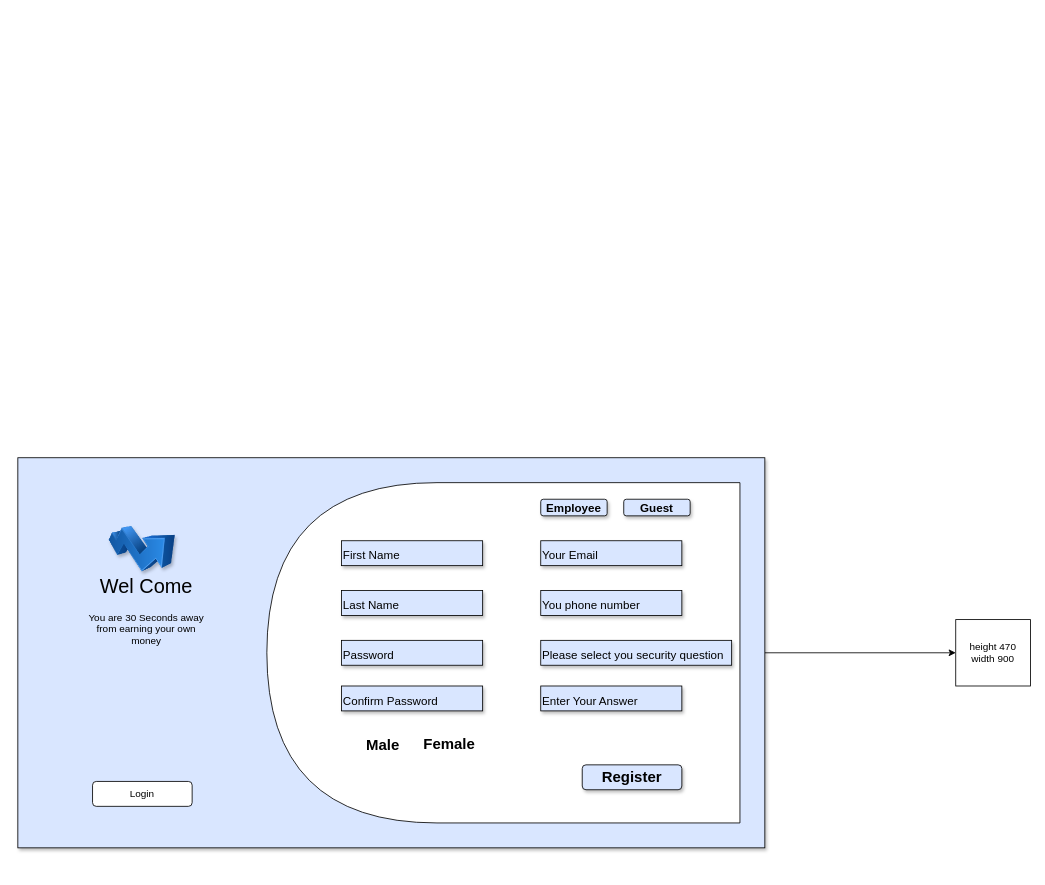
Above: assignment0808.drawio in amitgupta9977/assignment08082022 (draw.io), before the change. Source tidied: cells renumbered, new cells numbered last; positions are measured from the earlier drawing's top-left corner, leaving out a move shared by most shapes. Both pictures are drawn from the tidied source at 83%, with x=0, y=0 at pixel (17, 457).
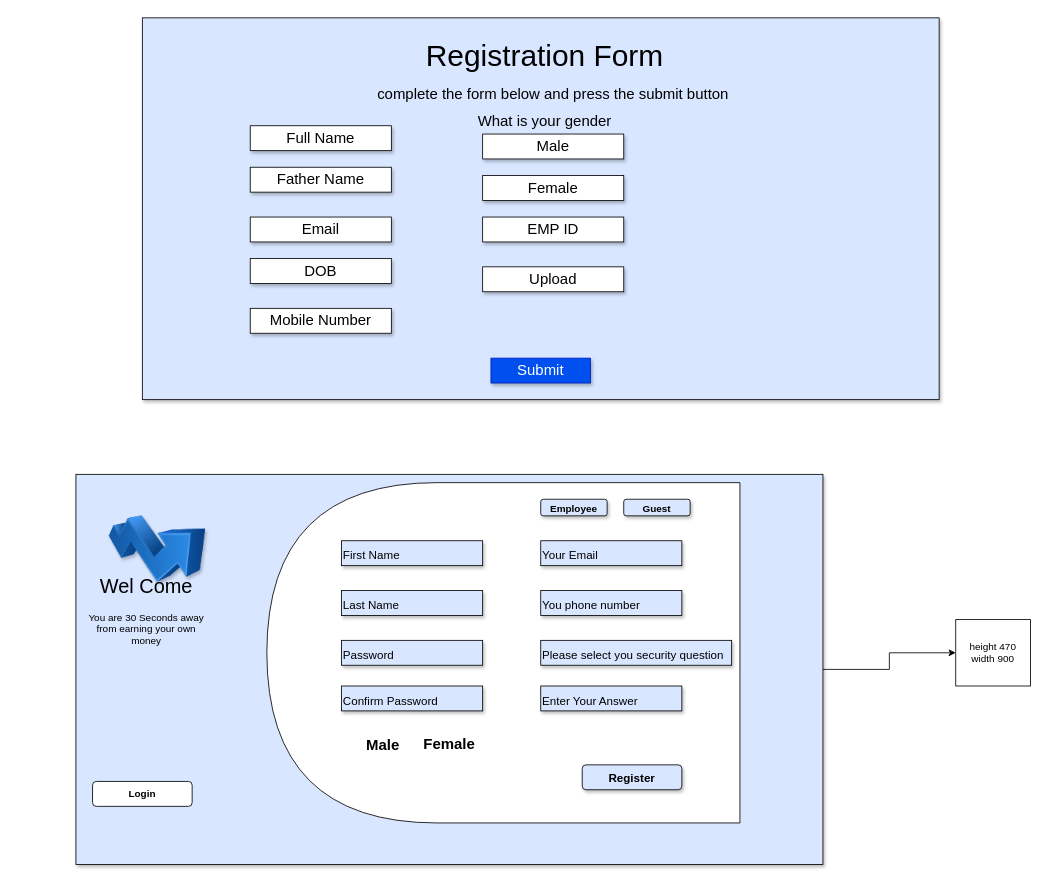
The same page after the edit.

Change to the diagram source:
```diff
@@
     <mxCell id="3" style="rounded=0;whiteSpace=wrap;html=1;fillColor=#D9E6FF;shadow=1;" parent="1" vertex="1">
-      <mxGeometry width="900" height="470" as="geometry" />
+      <mxGeometry x="70" y="20" width="900" height="470" as="geometry" />
     </mxCell>
@@
-    <mxCell id="5" value="Login" style="rounded=1;whiteSpace=wrap;html=1;" parent="1" vertex="1">
+    <mxCell id="5" value="&lt;b&gt;Login&lt;/b&gt;" style="rounded=1;whiteSpace=wrap;html=1;" parent="1" vertex="1">
       <mxGeometry x="90" y="390" width="120" height="30" as="geometry" />
     </mxCell>
@@
-    <mxCell id="18" value="&lt;b&gt;Register&lt;/b&gt;" style="rounded=1;whiteSpace=wrap;html=1;shadow=1;fontSize=18;fillColor=#D9E6FF;" parent="1" vertex="1">
+    <mxCell id="18" value="&lt;b&gt;&lt;font style=&quot;font-size: 14px;&quot;&gt;Register&lt;/font&gt;&lt;/b&gt;" style="rounded=1;whiteSpace=wrap;html=1;shadow=1;fontSize=18;fillColor=#D9E6FF;" parent="1" vertex="1">
       <mxGeometry x="680" y="370" width="120" height="30" as="geometry" />
     </mxCell>
     <mxCell id="19" style="image;html=1;image=img/lib/clip_art/finance/Stock_Up_128x128.png;shadow=1;fontSize=18;fillColor=#D9E6FF;" parent="1" vertex="1">
-      <mxGeometry x="110" y="70" width="80" height="80" as="geometry" />
+      <mxGeometry x="110" y="70" width="117" height="80" as="geometry" />
     </mxCell>
-    <mxCell id="20" value="&lt;font style=&quot;font-size: 14px;&quot;&gt;&lt;b&gt;Employee&lt;/b&gt;&lt;/font&gt;" style="rounded=1;whiteSpace=wrap;html=1;shadow=1;fontSize=18;fillColor=#D9E6FF;align=center;" parent="1" vertex="1">
+    <mxCell id="20" value="&lt;font style=&quot;font-size: 12px;&quot;&gt;&lt;b style=&quot;&quot;&gt;Employee&lt;/b&gt;&lt;/font&gt;" style="rounded=1;whiteSpace=wrap;html=1;shadow=1;fontSize=18;fillColor=#D9E6FF;align=center;" parent="1" vertex="1">
       <mxGeometry x="630" y="50" width="80" height="20" as="geometry" />
     </mxCell>
-    <mxCell id="21" value="&lt;font style=&quot;font-size: 14px;&quot;&gt;&lt;b&gt;Guest&lt;/b&gt;&lt;/font&gt;" style="rounded=1;whiteSpace=wrap;html=1;shadow=1;fontSize=18;fillColor=#D9E6FF;align=center;" parent="1" vertex="1">
+    <mxCell id="21" value="&lt;font style=&quot;font-size: 12px;&quot;&gt;&lt;b style=&quot;&quot;&gt;Guest&lt;/b&gt;&lt;/font&gt;" style="rounded=1;whiteSpace=wrap;html=1;shadow=1;fontSize=18;fillColor=#D9E6FF;align=center;" parent="1" vertex="1">
       <mxGeometry x="730" y="50" width="80" height="20" as="geometry" />
     </mxCell>
+    <mxCell id="22" style="rounded=0;whiteSpace=wrap;html=1;shadow=1;fontSize=12;fillColor=#D9E6FF;" parent="1" vertex="1">
+      <mxGeometry x="150" y="-530" width="960" height="460" as="geometry" />
+    </mxCell>
+    <mxCell id="23" value="Registration Form" style="text;html=1;strokeColor=none;fillColor=none;align=center;verticalAlign=middle;whiteSpace=wrap;rounded=0;shadow=1;fontSize=36;" parent="1" vertex="1">
+      <mxGeometry x="450" y="-510" width="370" height="50" as="geometry" />
+    </mxCell>
+    <mxCell id="24" value="&lt;font style=&quot;font-size: 18px;&quot;&gt;complete the form below and press the submit button&lt;/font&gt;" style="text;html=1;strokeColor=none;fillColor=none;align=center;verticalAlign=middle;whiteSpace=wrap;rounded=0;shadow=1;fontSize=36;" parent="1" vertex="1">
+      <mxGeometry x="350" y="-460" width="590" height="30" as="geometry" />
+    </mxCell>
+    <mxCell id="25" style="edgeStyle=orthogonalEdgeStyle;rounded=0;orthogonalLoop=1;jettySize=auto;html=1;exitX=0.5;exitY=1;exitDx=0;exitDy=0;fontSize=18;" parent="1" edge="1" source="24" target="24">
+      <mxGeometry relative="1" as="geometry" />
+    </mxCell>
+    <mxCell id="26" value="Full Name" style="rounded=0;whiteSpace=wrap;html=1;shadow=1;fontSize=18;" parent="1" vertex="1">
+      <mxGeometry x="280" y="-400" width="170" height="30" as="geometry" />
+    </mxCell>
+    <mxCell id="27" value="Father Name" style="rounded=0;whiteSpace=wrap;html=1;shadow=1;fontSize=18;" parent="1" vertex="1">
+      <mxGeometry x="280" y="-350" width="170" height="30" as="geometry" />
+    </mxCell>
+    <mxCell id="28" value="Email" style="rounded=0;whiteSpace=wrap;html=1;shadow=1;fontSize=18;" parent="1" vertex="1">
+      <mxGeometry x="280" y="-290" width="170" height="30" as="geometry" />
+    </mxCell>
+    <mxCell id="29" value="DOB" style="rounded=0;whiteSpace=wrap;html=1;shadow=1;fontSize=18;" parent="1" vertex="1">
+      <mxGeometry x="280" y="-240" width="170" height="30" as="geometry" />
+    </mxCell>
+    <mxCell id="30" value="Male" style="rounded=0;whiteSpace=wrap;html=1;shadow=1;fontSize=18;" parent="1" vertex="1">
+      <mxGeometry x="560" y="-390" width="170" height="30" as="geometry" />
+    </mxCell>
+    <mxCell id="31" value="Female" style="rounded=0;whiteSpace=wrap;html=1;shadow=1;fontSize=18;" parent="1" vertex="1">
+      <mxGeometry x="560" y="-340" width="170" height="30" as="geometry" />
+    </mxCell>
+    <mxCell id="32" value="EMP ID" style="rounded=0;whiteSpace=wrap;html=1;shadow=1;fontSize=18;" parent="1" vertex="1">
+      <mxGeometry x="560" y="-290" width="170" height="30" as="geometry" />
+    </mxCell>
+    <mxCell id="33" value="Mobile Number" style="rounded=0;whiteSpace=wrap;html=1;shadow=1;fontSize=18;" parent="1" vertex="1">
+      <mxGeometry x="280" y="-180" width="170" height="30" as="geometry" />
+    </mxCell>
+    <mxCell id="34" value="Upload" style="rounded=0;whiteSpace=wrap;html=1;shadow=1;fontSize=18;" parent="1" vertex="1">
+      <mxGeometry x="560" y="-230" width="170" height="30" as="geometry" />
+    </mxCell>
+    <mxCell id="35" value="Submit" style="rounded=0;whiteSpace=wrap;html=1;shadow=1;fontSize=18;fillColor=#0050ef;strokeColor=#001DBC;fontColor=#ffffff;" parent="1" vertex="1">
+      <mxGeometry x="570" y="-120" width="120" height="30" as="geometry" />
+    </mxCell>
+    <mxCell id="36" value="What is your gender" style="text;html=1;strokeColor=none;fillColor=none;align=center;verticalAlign=middle;whiteSpace=wrap;rounded=0;shadow=1;fontSize=18;" parent="1" vertex="1">
+      <mxGeometry x="510" y="-420" width="250" height="30" as="geometry" />
+    </mxCell>
```
